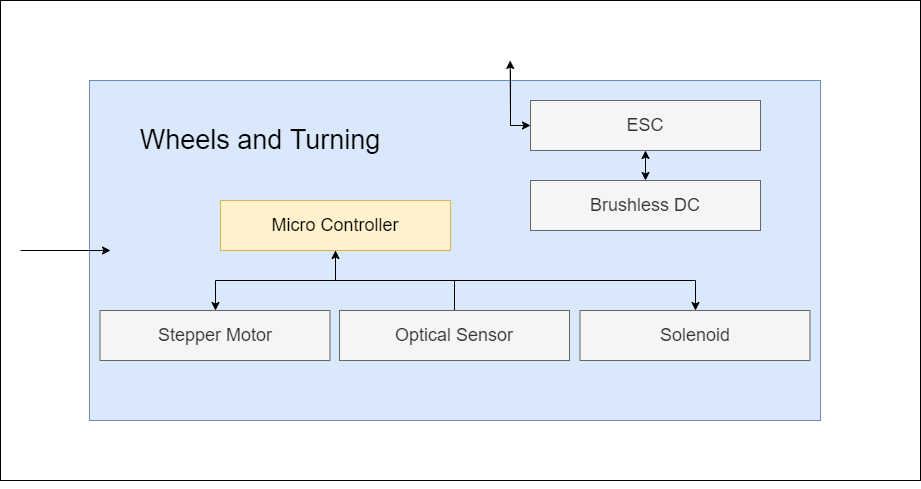
TuringBoard/ADS keeps this draw.io diagram as ADS Latex/images/Keaton/BLDC.png. Above is the earlier version. Source tidied: cells renumbered, new cells last; positions are measured from the earlier drawing's top-left corner, leaving out a move shared by most shapes.
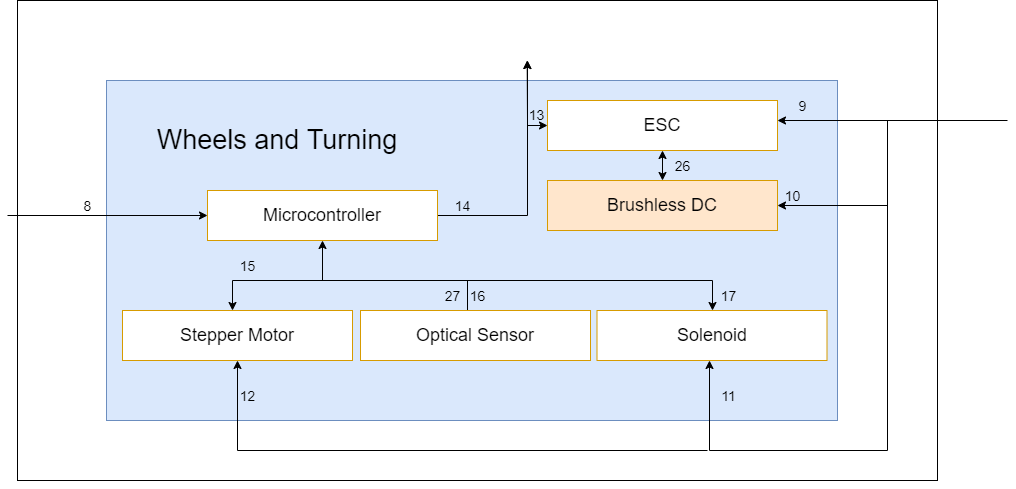
After the commit.

The edit, as a diff of the source:
```diff
@@ -11,33 +11,32 @@
     <mxCell id="4" value="Wheels and Turning" style="text;html=1;strokeColor=none;fillColor=none;align=center;verticalAlign=middle;whiteSpace=wrap;rounded=0;fontSize=27;" parent="1" vertex="1">
       <mxGeometry x="110" y="110" width="300" height="60" as="geometry" />
     </mxCell>
-    <mxCell id="5" value="ESC" style="rounded=0;whiteSpace=wrap;html=1;fontSize=18;fillColor=#f5f5f5;strokeColor=#666666;fontColor=#333333;" parent="1" vertex="1">
+    <mxCell id="5" value="ESC" style="rounded=0;whiteSpace=wrap;html=1;fontSize=18;fillColor=#FFFFFF;strokeColor=#d79b00;" parent="1" vertex="1">
       <mxGeometry x="530" y="100" width="230" height="50" as="geometry" />
     </mxCell>
-    <mxCell id="6" style="edgeStyle=orthogonalEdgeStyle;rounded=0;jettySize=auto;html=1;" parent="1" edge="1" source="8" target="10">
+    <mxCell id="6" style="edgeStyle=orthogonalEdgeStyle;rounded=0;jettySize=auto;html=1;" parent="1" edge="1" target="10">
       <mxGeometry relative="1" as="geometry">
+        <mxPoint x="335" y="280" as="sourcePoint" />
         <Array as="points">
           <mxPoint x="335" y="280" />
           <mxPoint x="215" y="280" />
         </Array>
       </mxGeometry>
     </mxCell>
-    <mxCell id="7" style="edgeStyle=orthogonalEdgeStyle;rounded=0;jettySize=auto;html=1;exitX=0.5;exitY=1;exitDx=0;exitDy=0;" parent="1" edge="1" source="8" target="16">
+    <mxCell id="7" style="edgeStyle=orthogonalEdgeStyle;rounded=0;jettySize=auto;html=1;" parent="1" edge="1" target="16">
       <mxGeometry relative="1" as="geometry">
+        <mxPoint x="335" y="280" as="sourcePoint" />
         <Array as="points">
           <mxPoint x="335" y="280" />
           <mxPoint x="695" y="280" />
         </Array>
       </mxGeometry>
     </mxCell>
-    <mxCell id="8" value="Micro Controller" style="rounded=0;whiteSpace=wrap;html=1;fontSize=18;fillColor=#fff2cc;strokeColor=#d6b656;" parent="1" vertex="1">
-      <mxGeometry x="220" y="200" width="230" height="50" as="geometry" />
-    </mxCell>
-    <mxCell id="9" value="&lt;div&gt;Brushless DC&lt;/div&gt;" style="rounded=0;whiteSpace=wrap;html=1;fontSize=18;fillColor=#f5f5f5;strokeColor=#666666;fontColor=#333333;" parent="1" vertex="1">
+    <mxCell id="9" value="&lt;div&gt;Brushless DC&lt;/div&gt;" style="rounded=0;whiteSpace=wrap;html=1;fontSize=18;fillColor=#ffe6cc;strokeColor=#d79b00;" parent="1" vertex="1">
       <mxGeometry x="530" y="180" width="230" height="50" as="geometry" />
     </mxCell>
-    <mxCell id="10" value="Stepper Motor" style="rounded=0;whiteSpace=wrap;html=1;fontSize=18;fillColor=#f5f5f5;fontColor=#333333;strokeColor=#666666;" parent="1" vertex="1">
-      <mxGeometry x="99.5" y="310" width="230" height="50" as="geometry" />
+    <mxCell id="10" value="Stepper Motor" style="rounded=0;whiteSpace=wrap;html=1;fontSize=18;fillColor=#FFFFFF;strokeColor=#d79b00;" parent="1" vertex="1">
+      <mxGeometry x="105" y="310" width="230" height="50" as="geometry" />
     </mxCell>
     <mxCell id="11" style="edgeStyle=orthogonalEdgeStyle;rounded=0;jettySize=auto;html=1;entryX=0;entryY=0.5;entryDx=0;entryDy=0;" parent="1" edge="1" target="5">
       <mxGeometry relative="1" as="geometry">
@@ -53,13 +52,18 @@
     <mxCell id="13" style="endArrow=classic;startArrow=classic;html=1;rounded=0;exitX=0.5;exitY=1;exitDx=0;exitDy=0;" parent="1" edge="1" source="5" target="9">
       <mxGeometry relative="1" as="geometry" />
     </mxCell>
-    <mxCell id="14" style="edgeStyle=orthogonalEdgeStyle;rounded=0;jettySize=auto;html=1;entryX=0.5;entryY=1;entryDx=0;entryDy=0;" parent="1" edge="1" source="15" target="8">
-      <mxGeometry relative="1" as="geometry" />
+    <mxCell id="14" style="edgeStyle=orthogonalEdgeStyle;rounded=0;jettySize=auto;html=1;entryX=0.5;entryY=1;entryDx=0;entryDy=0;" parent="1" edge="1" source="15" target="23">
+      <mxGeometry relative="1" as="geometry">
+        <Array as="points">
+          <mxPoint x="450" y="280" />
+          <mxPoint x="305" y="280" />
+        </Array>
+      </mxGeometry>
     </mxCell>
-    <mxCell id="15" value="Optical Sensor" style="rounded=0;whiteSpace=wrap;html=1;fontSize=18;fillColor=#f5f5f5;fontColor=#333333;strokeColor=#666666;" parent="1" vertex="1">
-      <mxGeometry x="339" y="310" width="230" height="50" as="geometry" />
+    <mxCell id="15" value="Optical Sensor" style="rounded=0;whiteSpace=wrap;html=1;fontSize=18;fillColor=#FFFFFF;strokeColor=#d79b00;" parent="1" vertex="1">
+      <mxGeometry x="343" y="310" width="230" height="50" as="geometry" />
     </mxCell>
-    <mxCell id="16" value="Solenoid" style="rounded=0;whiteSpace=wrap;html=1;fontSize=18;fillColor=#f5f5f5;fontColor=#333333;strokeColor=#666666;" parent="1" vertex="1">
+    <mxCell id="16" value="Solenoid" style="rounded=0;whiteSpace=wrap;html=1;fontSize=18;fillColor=#FFFFFF;strokeColor=#d79b00;" parent="1" vertex="1">
       <mxGeometry x="579.5" y="310" width="230" height="50" as="geometry" />
     </mxCell>
     <mxCell id="17" style="endArrow=classic;html=1;rounded=0;entryX=0.554;entryY=0.125;entryDx=0;entryDy=0;entryPerimeter=0;" parent="1" edge="1" target="2">
@@ -67,11 +71,83 @@
         <mxPoint x="510" y="120" as="sourcePoint" />
       </mxGeometry>
     </mxCell>
-    <mxCell id="18" style="endArrow=classic;html=1;rounded=0;" parent="1" edge="1">
-      <mxGeometry relative="1" as="geometry">
-        <mxPoint x="20" y="250" as="sourcePoint" />
-        <mxPoint x="110" y="250" as="targetPoint" />
-      </mxGeometry>
-    </mxCell>
+    <mxCell id="19" style="endArrow=classic;html=1;rounded=0;" parent="1" edge="1">
+      <mxGeometry relative="1" as="geometry">
+        <mxPoint x="990" y="120" as="sourcePoint" />
+        <mxPoint x="760" y="120" as="targetPoint" />
+      </mxGeometry>
+    </mxCell>
+    <mxCell id="20" style="endArrow=classic;html=1;rounded=0;" parent="1" edge="1">
+      <mxGeometry relative="1" as="geometry">
+        <mxPoint x="870" y="120" as="sourcePoint" />
+        <mxPoint x="692" y="360" as="targetPoint" />
+        <Array as="points">
+          <mxPoint x="870" y="450" />
+          <mxPoint x="692" y="450" />
+        </Array>
+      </mxGeometry>
+    </mxCell>
+    <mxCell id="21" style="endArrow=classic;html=1;rounded=0;entryX=0.5;entryY=1;entryDx=0;entryDy=0;" parent="1" edge="1" target="10">
+      <mxGeometry relative="1" as="geometry">
+        <mxPoint x="690" y="450" as="sourcePoint" />
+        <Array as="points">
+          <mxPoint x="220" y="450" />
+        </Array>
+      </mxGeometry>
+    </mxCell>
+    <mxCell id="22" style="edgeStyle=orthogonalEdgeStyle;rounded=0;jettySize=auto;html=1;" parent="1" edge="1" source="23">
+      <mxGeometry relative="1" as="geometry">
+        <mxPoint x="510" y="60" as="targetPoint" />
+      </mxGeometry>
+    </mxCell>
+    <mxCell id="23" value="Microcontroller" style="rounded=0;whiteSpace=wrap;html=1;fontSize=18;fillColor=#FFFFFF;strokeColor=#d79b00;" parent="1" vertex="1">
+      <mxGeometry x="190" y="190" width="230" height="50" as="geometry" />
+    </mxCell>
+    <mxCell id="24" value="&lt;font style=&quot;font-size: 14px&quot;&gt;8&lt;/font&gt;" style="text;html=1;align=center;verticalAlign=middle;strokeColor=none;fillColor=none;fontSize=18;" parent="1" vertex="1">
+      <mxGeometry x="60" y="190" width="20" height="30" as="geometry" />
+    </mxCell>
+    <mxCell id="25" value="&lt;font style=&quot;font-size: 14px&quot;&gt;15&lt;br&gt;&lt;/font&gt;" style="text;html=1;align=center;verticalAlign=middle;strokeColor=none;fillColor=none;fontSize=18;" parent="1" vertex="1">
+      <mxGeometry x="215" y="250" width="30" height="30" as="geometry" />
+    </mxCell>
+    <mxCell id="26" value="&lt;font style=&quot;font-size: 14px&quot;&gt;16&lt;br&gt;&lt;/font&gt;" style="text;html=1;align=center;verticalAlign=middle;strokeColor=none;fillColor=none;fontSize=18;" parent="1" vertex="1">
+      <mxGeometry x="445" y="280" width="30" height="30" as="geometry" />
+    </mxCell>
+    <mxCell id="27" style="endArrow=classic;html=1;rounded=0;entryX=0;entryY=0.5;entryDx=0;entryDy=0;" parent="1" edge="1" target="23">
+      <mxGeometry relative="1" as="geometry">
+        <mxPoint x="-10" y="215" as="sourcePoint" />
+      </mxGeometry>
+    </mxCell>
+    <mxCell id="28" value="&lt;font style=&quot;font-size: 14px&quot;&gt;17&lt;br&gt;&lt;/font&gt;" style="text;html=1;align=center;verticalAlign=middle;strokeColor=none;fillColor=none;fontSize=18;" parent="1" vertex="1">
+      <mxGeometry x="696" y="280" width="30" height="30" as="geometry" />
+    </mxCell>
+    <mxCell id="29" value="&lt;font style=&quot;font-size: 14px&quot;&gt;14&lt;br&gt;&lt;/font&gt;" style="text;html=1;align=center;verticalAlign=middle;strokeColor=none;fillColor=none;fontSize=18;" parent="1" vertex="1">
+      <mxGeometry x="430" y="190" width="30" height="30" as="geometry" />
+    </mxCell>
+    <mxCell id="30" value="&lt;font style=&quot;font-size: 14px&quot;&gt;13&lt;br&gt;&lt;/font&gt;" style="text;html=1;align=center;verticalAlign=middle;strokeColor=none;fillColor=none;fontSize=18;" parent="1" vertex="1">
+      <mxGeometry x="504" y="99" width="30" height="30" as="geometry" />
+    </mxCell>
+    <mxCell id="31" value="&lt;font style=&quot;font-size: 14px&quot;&gt;12&lt;span style=&quot;color: rgba(0 , 0 , 0 , 0) ; font-family: monospace ; font-size: 0px&quot;&gt;%3CmxGraphModel%3E%3Croot%3E%3CmxCell%20id%3D%220%22%2F%3E%3CmxCell%20id%3D%221%22%20parent%3D%220%22%2F%3E%3CmxCell%20id%3D%222%22%20value%3D%22%26lt%3Bfont%20style%3D%26quot%3Bfont-size%3A%2014px%26quot%3B%26gt%3B15%26lt%3Bbr%26gt%3B%26lt%3B%2Ffont%26gt%3B%22%20style%3D%22text%3Bhtml%3D1%3Balign%3Dcenter%3BverticalAlign%3Dmiddle%3Bresizable%3D0%3Bpoints%3D%5B%5D%3Bautosize%3D1%3BstrokeColor%3Dnone%3BfillColor%3Dnone%3BfontSize%3D18%3B%22%20vertex%3D%221%22%20parent%3D%221%22%3E%3CmxGeometry%20x%3D%22-595%22%20y%3D%22280%22%20width%3D%2230%22%20height%3D%2230%22%20as%3D%22geometry%22%2F%3E%3C%2FmxCell%3E%3C%2Froot%3E%3C%2FmxGraphModel%3E&lt;/span&gt;&lt;br&gt;&lt;/font&gt;" style="text;html=1;align=center;verticalAlign=middle;strokeColor=none;fillColor=none;fontSize=18;" parent="1" vertex="1">
+      <mxGeometry x="215" y="380" width="30" height="30" as="geometry" />
+    </mxCell>
+    <mxCell id="32" value="&lt;font style=&quot;font-size: 14px&quot;&gt;11&lt;br&gt;&lt;/font&gt;" style="text;html=1;align=center;verticalAlign=middle;strokeColor=none;fillColor=none;fontSize=18;" parent="1" vertex="1">
+      <mxGeometry x="696" y="380" width="30" height="30" as="geometry" />
+    </mxCell>
+    <mxCell id="33" value="&lt;font style=&quot;font-size: 14px&quot;&gt;10&lt;br&gt;&lt;/font&gt;" style="text;html=1;align=center;verticalAlign=middle;strokeColor=none;fillColor=none;fontSize=18;" parent="1" vertex="1">
+      <mxGeometry x="760" y="180" width="30" height="30" as="geometry" />
+    </mxCell>
+    <mxCell id="34" style="endArrow=classic;html=1;rounded=0;" parent="1" edge="1" target="9">
+      <mxGeometry relative="1" as="geometry">
+        <mxPoint x="870" y="205" as="sourcePoint" />
+      </mxGeometry>
+    </mxCell>
+    <mxCell id="35" value="&lt;font style=&quot;font-size: 14px&quot;&gt;9&lt;br&gt;&lt;/font&gt;" style="text;html=1;align=center;verticalAlign=middle;strokeColor=none;fillColor=none;fontSize=18;" parent="1" vertex="1">
+      <mxGeometry x="775" y="90" width="20" height="30" as="geometry" />
+    </mxCell>
+    <mxCell id="36" value="&lt;font style=&quot;font-size: 14px&quot;&gt;26&lt;br&gt;&lt;/font&gt;" style="text;html=1;align=center;verticalAlign=middle;strokeColor=none;fillColor=none;fontSize=18;" parent="1" vertex="1">
+      <mxGeometry x="650" y="150" width="30" height="30" as="geometry" />
+    </mxCell>
+    <mxCell id="37" value="&lt;font style=&quot;font-size: 14px&quot;&gt;27&lt;br&gt;&lt;/font&gt;" style="text;html=1;align=center;verticalAlign=middle;strokeColor=none;fillColor=none;fontSize=18;" parent="1" vertex="1">
+      <mxGeometry x="420" y="280" width="30" height="30" as="geometry" />
+    </mxCell>
   </root>
 </mxGraphModel>
```
